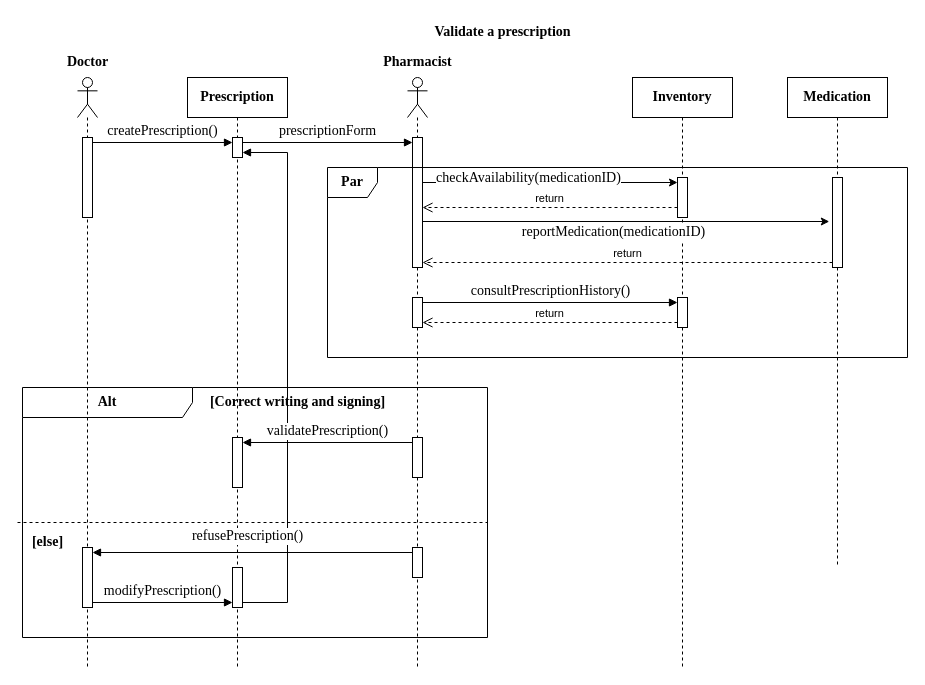
The draw.io diagram Sequence  Diagram.drawio in FOMOKN/Software-Engineering, before the edit. Source tidied: cells renumbered, new cells numbered last; positions are measured from the earlier drawing's top-left corner, leaving out a move shared by most shapes. Both pictures are drawn from the tidied source at 100%, with x=0, y=0 at pixel (17, 17).
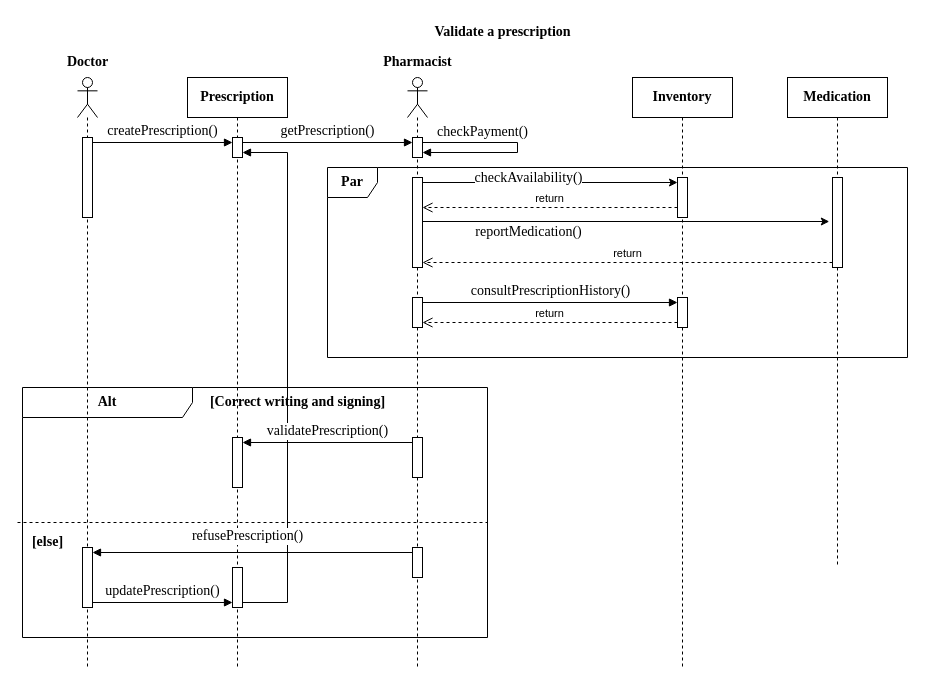
The same page after the edit.

The change refers to these unchanged cells:
```xml
<mxCell id="4" style="html=1;points=[[0,0,0,0,5],[0,1,0,0,-5],[1,0,0,0,5],[1,1,0,0,-5]];perimeter=orthogonalPerimeter;outlineConnect=0;targetShapes=umlLifeline;portConstraint=eastwest;newEdgeStyle={&quot;curved&quot;:0,&quot;rounded&quot;:0};" parent="3" vertex="1">
  <mxGeometry x="45" y="60" width="10" height="20" as="geometry" />
</mxCell>
<mxCell id="5" style="html=1;points=[[0,0,0,0,5],[0,1,0,0,-5],[1,0,0,0,5],[1,1,0,0,-5]];perimeter=orthogonalPerimeter;outlineConnect=0;targetShapes=umlLifeline;portConstraint=eastwest;newEdgeStyle={&quot;curved&quot;:0,&quot;rounded&quot;:0};" parent="3" vertex="1">
  <mxGeometry x="45" y="490" width="10" height="40" as="geometry" />
</mxCell>
<mxCell id="8" style="html=1;points=[[0,0,0,0,5],[0,1,0,0,-5],[1,0,0,0,5],[1,1,0,0,-5]];perimeter=orthogonalPerimeter;outlineConnect=0;targetShapes=umlLifeline;portConstraint=eastwest;newEdgeStyle={&quot;curved&quot;:0,&quot;rounded&quot;:0};" parent="7" vertex="1">
  <mxGeometry x="45" y="100" width="10" height="90" as="geometry" />
</mxCell>
<mxCell id="12" style="shape=umlLifeline;perimeter=lifelinePerimeter;whiteSpace=wrap;html=1;newEdgeStyle={&quot;curved&quot;:0,&quot;rounded&quot;:0};participant=umlActor;" parent="1" vertex="1">
  <mxGeometry x="390" y="60" width="20" height="590" as="geometry" />
</mxCell>
<mxCell id="16" style="edgeStyle=none;jettySize=auto;html=1;rounded=0;entryX=0;entryY=0;entryDx=0;entryDy=5;entryPerimeter=0;" parent="1" edge="1" source="13" target="10">
  <mxGeometry relative="1" as="geometry" />
</mxCell>
<mxCell id="23" style="edgeStyle=none;jettySize=auto;html=1;rounded=0;entryX=-0.32;entryY=0.489;entryDx=0;entryDy=0;entryPerimeter=0;" parent="1" edge="1" source="13" target="8">
  <mxGeometry relative="1" as="geometry" />
</mxCell>
<mxCell id="33" style="html=1;points=[[0,0,0,0,5],[0,1,0,0,-5],[1,0,0,0,5],[1,1,0,0,-5]];perimeter=orthogonalPerimeter;outlineConnect=0;targetShapes=umlLifeline;portConstraint=eastwest;newEdgeStyle={&quot;curved&quot;:0,&quot;rounded&quot;:0};" parent="32" vertex="1">
  <mxGeometry x="5" y="470" width="10" height="60" as="geometry" />
</mxCell>
```

Change to the diagram source:
```diff
@@
     <mxCell id="13" style="html=1;points=[[0,0,0,0,5],[0,1,0,0,-5],[1,0,0,0,5],[1,1,0,0,-5]];perimeter=orthogonalPerimeter;outlineConnect=0;targetShapes=umlLifeline;portConstraint=eastwest;newEdgeStyle={&quot;curved&quot;:0,&quot;rounded&quot;:0};" parent="12" vertex="1">
-      <mxGeometry x="5" y="60" width="10" height="130" as="geometry" />
+      <mxGeometry x="5" y="100" width="10" height="90" as="geometry" />
     </mxCell>
@@
+    <mxCell id="41" style="html=1;points=[[0,0,0,0,5],[0,1,0,0,-5],[1,0,0,0,5],[1,1,0,0,-5]];perimeter=orthogonalPerimeter;outlineConnect=0;targetShapes=umlLifeline;portConstraint=eastwest;newEdgeStyle={&quot;curved&quot;:0,&quot;rounded&quot;:0};" parent="12" vertex="1">
+      <mxGeometry x="5" y="60" width="10" height="20" as="geometry" />
+    </mxCell>
+    <mxCell id="42" style="html=1;verticalAlign=bottom;endArrow=block;curved=0;rounded=0;exitX=1;exitY=0;exitDx=0;exitDy=5;exitPerimeter=0;entryX=1;entryY=1;entryDx=0;entryDy=-5;entryPerimeter=0;" parent="12" edge="1" source="41" target="41">
+      <mxGeometry relative="1" as="geometry">
+        <Array as="points">
+          <mxPoint x="110" y="65" />
+          <mxPoint x="110" y="75" />
+        </Array>
+      </mxGeometry>
+    </mxCell>
@@
-    <mxCell id="17" value="checkAvailability(medicationID)" style="edgeLabel;html=1;align=center;verticalAlign=middle;fontFamily=Times New Roman;fontSize=14;" parent="16" vertex="1">
+    <mxCell id="17" value="checkAvailability()" style="edgeLabel;html=1;align=center;verticalAlign=middle;fontFamily=Times New Roman;fontSize=14;" parent="16" vertex="1">
       <mxGeometry x="0.32" relative="1" as="geometry">
         <mxPoint x="-63" y="-5" as="offset" />
       </mxGeometry>
     </mxCell>
     <mxCell id="18" value="return" style="html=1;verticalAlign=bottom;endArrow=open;dashed=1;endSize=8;curved=0;rounded=0;exitX=0;exitY=1;exitDx=0;exitDy=-5;exitPerimeter=0;entryX=1;entryY=1;entryDx=0;entryDy=-5;entryPerimeter=0;" parent="1" edge="1" source="8" target="13">
-      <mxGeometry relative="1" as="geometry" />
+      <mxGeometry relative="1" as="geometry">
+        <Array as="points">
+          <mxPoint x="440" y="245" />
+        </Array>
+      </mxGeometry>
     </mxCell>
@@
-    <mxCell id="24" value="reportMedication(medicationID)" style="edgeLabel;html=1;align=center;verticalAlign=middle;fontSize=14;fontFamily=Times New Roman;" parent="23" vertex="1">
+    <mxCell id="24" value="reportMedication()" style="edgeLabel;html=1;align=center;verticalAlign=middle;fontSize=14;fontFamily=Times New Roman;" parent="23" vertex="1">
       <mxGeometry x="-0.13" relative="1" as="geometry">
-        <mxPoint x="13" y="10" as="offset" />
+        <mxPoint x="-72" y="10" as="offset" />
       </mxGeometry>
     </mxCell>
@@
-    <mxCell id="37" value="&lt;font style=&quot;font-size: 14px;&quot; face=&quot;Times New Roman&quot;&gt;prescriptionForm&lt;/font&gt;" style="html=1;verticalAlign=bottom;endArrow=block;curved=0;rounded=0;exitX=1;exitY=0;exitDx=0;exitDy=5;exitPerimeter=0;entryX=0;entryY=0;entryDx=0;entryDy=5;entryPerimeter=0;" parent="1" edge="1" source="4" target="13">
+    <mxCell id="37" value="&lt;font face=&quot;Times New Roman&quot;&gt;&lt;span style=&quot;font-size: 14px;&quot;&gt;getPrescription()&lt;/span&gt;&lt;/font&gt;" style="html=1;verticalAlign=bottom;endArrow=block;curved=0;rounded=0;exitX=1;exitY=0;exitDx=0;exitDy=5;exitPerimeter=0;entryX=0;entryY=0;entryDx=0;entryDy=5;entryPerimeter=0;" parent="1" edge="1" source="4" target="41">
       <mxGeometry relative="1" as="geometry" />
     </mxCell>
@@
-    <mxCell id="40" value="&lt;font style=&quot;font-size: 14px;&quot; face=&quot;Times New Roman&quot;&gt;modifyPrescription()&lt;/font&gt;" style="html=1;verticalAlign=bottom;endArrow=block;curved=0;rounded=0;entryX=0;entryY=1;entryDx=0;entryDy=-5;entryPerimeter=0;exitX=1;exitY=1;exitDx=0;exitDy=-5;exitPerimeter=0;" parent="1" edge="1" source="33" target="5">
+    <mxCell id="40" value="&lt;span style=&quot;font-size: 14px;&quot;&gt;&lt;font style=&quot;font-size: 14px;&quot; face=&quot;Times New Roman&quot;&gt;updatePrescription&lt;font style=&quot;font-size: 14px;&quot;&gt;()&lt;/font&gt;&lt;/font&gt;&lt;/span&gt;" style="html=1;verticalAlign=bottom;endArrow=block;curved=0;rounded=0;entryX=0;entryY=1;entryDx=0;entryDy=-5;entryPerimeter=0;exitX=1;exitY=1;exitDx=0;exitDy=-5;exitPerimeter=0;" parent="1" edge="1" source="33" target="5">
       <mxGeometry relative="1" as="geometry" />
     </mxCell>
+    <mxCell id="43" value="checkPayment()" style="text;html=1;align=center;verticalAlign=middle;strokeColor=none;fillColor=none;fontStyle=0;fontFamily=Times New Roman;fontSize=14;" parent="1" vertex="1">
+      <mxGeometry x="410" y="100" width="110" height="30" as="geometry" />
+    </mxCell>
```
